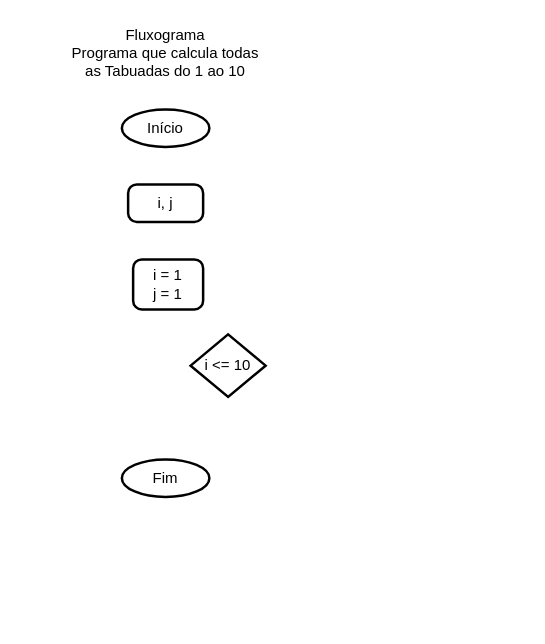
Above: 2em/01-lop/aula05/tabuada.drawio in wellifabio/sesi2024 (draw.io), before the change. Source tidied: cells renumbered, new cells numbered last; positions are measured from the earlier drawing's top-left corner, leaving out a move shared by most shapes. Both pictures are drawn from the tidied source at 125%, with x=0, y=0 at pixel (65, 21).
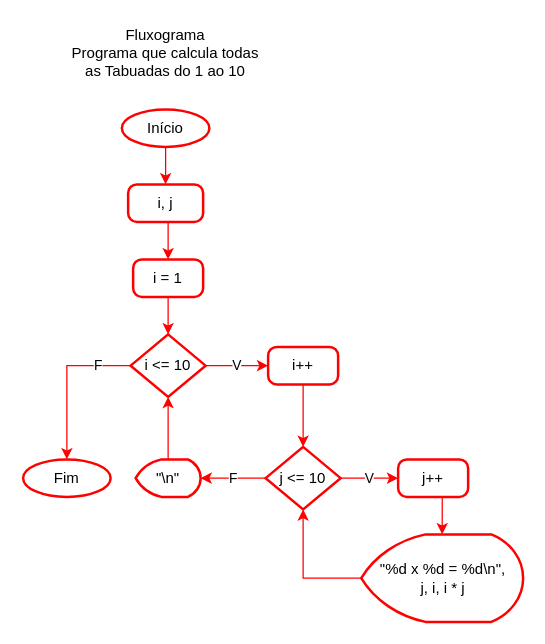
The same page after the edit.

What changed in the source:
```diff
@@
+    <mxCell id="8" style="edgeStyle=orthogonalEdgeStyle;rounded=0;jettySize=auto;html=1;exitX=0.5;exitY=1;exitDx=0;exitDy=0;exitPerimeter=0;strokeColor=#FF0000;" parent="1" edge="1" source="3" target="5">
+      <mxGeometry relative="1" as="geometry" />
+    </mxCell>
-    <mxCell id="3" value="Início" style="strokeWidth=2;html=1;shape=mxgraph.flowchart.start_1;whiteSpace=wrap;" parent="1" vertex="1">
+    <mxCell id="3" value="Início" style="strokeWidth=2;html=1;shape=mxgraph.flowchart.start_1;whiteSpace=wrap;strokeColor=#FF0000;" parent="1" vertex="1">
       <mxGeometry x="45" y="70" width="70" height="30" as="geometry" />
     </mxCell>
-    <mxCell id="4" value="Fim" style="strokeWidth=2;html=1;shape=mxgraph.flowchart.start_1;whiteSpace=wrap;" parent="1" vertex="1">
-      <mxGeometry x="45" y="350" width="70" height="30" as="geometry" />
+    <mxCell id="4" value="Fim" style="strokeWidth=2;html=1;shape=mxgraph.flowchart.start_1;whiteSpace=wrap;strokeColor=#FF0000;" parent="1" vertex="1">
+      <mxGeometry x="-34" y="350" width="70" height="30" as="geometry" />
     </mxCell>
+    <mxCell id="9" style="edgeStyle=orthogonalEdgeStyle;rounded=0;jettySize=auto;html=1;exitX=0.5;exitY=1;exitDx=0;exitDy=0;entryX=0.5;entryY=0;entryDx=0;entryDy=0;strokeColor=#FF0000;" parent="1" edge="1" source="5" target="7">
+      <mxGeometry relative="1" as="geometry" />
+    </mxCell>
-    <mxCell id="5" value="i, j" style="rounded=1;whiteSpace=wrap;html=1;absoluteArcSize=1;arcSize=14;strokeWidth=2;" parent="1" vertex="1">
+    <mxCell id="5" value="i, j" style="rounded=1;whiteSpace=wrap;html=1;absoluteArcSize=1;arcSize=14;strokeWidth=2;strokeColor=#FF0000;" parent="1" vertex="1">
       <mxGeometry x="50" y="130" width="60" height="30" as="geometry" />
     </mxCell>
+    <mxCell id="10" value="V" style="edgeStyle=orthogonalEdgeStyle;rounded=0;jettySize=auto;html=1;exitX=1;exitY=0.5;exitDx=0;exitDy=0;exitPerimeter=0;entryX=0;entryY=0.5;entryDx=0;entryDy=0;strokeColor=#FF0000;" parent="1" edge="1" source="6" target="14">
+      <mxGeometry relative="1" as="geometry" />
+    </mxCell>
+    <mxCell id="11" value="F" style="edgeStyle=orthogonalEdgeStyle;rounded=0;jettySize=auto;html=1;exitX=0;exitY=0.5;exitDx=0;exitDy=0;exitPerimeter=0;entryX=0.5;entryY=0;entryDx=0;entryDy=0;entryPerimeter=0;strokeColor=#FF0000;" parent="1" edge="1" source="6" target="4">
+      <mxGeometry x="-0.59" relative="1" as="geometry" />
+    </mxCell>
-    <mxCell id="6" value="i &amp;lt;= 10" style="strokeWidth=2;html=1;shape=mxgraph.flowchart.decision;whiteSpace=wrap;" parent="1" vertex="1">
-      <mxGeometry x="100" y="250" width="60" height="50" as="geometry" />
+    <mxCell id="6" value="i &amp;lt;= 10" style="strokeWidth=2;html=1;shape=mxgraph.flowchart.decision;whiteSpace=wrap;strokeColor=#FF0000;" parent="1" vertex="1">
+      <mxGeometry x="52" y="250" width="60" height="50" as="geometry" />
     </mxCell>
-    <mxCell id="7" value="i = 1&lt;div&gt;j = 1&lt;/div&gt;" style="rounded=1;whiteSpace=wrap;html=1;absoluteArcSize=1;arcSize=14;strokeWidth=2;" parent="1" vertex="1">
-      <mxGeometry x="54" y="190" width="56" height="40" as="geometry" />
+    <mxCell id="7" value="&lt;div&gt;i = 1&lt;/div&gt;" style="rounded=1;whiteSpace=wrap;html=1;absoluteArcSize=1;arcSize=14;strokeWidth=2;strokeColor=#FF0000;" parent="1" vertex="1">
+      <mxGeometry x="54" y="190" width="56" height="30" as="geometry" />
     </mxCell>
+    <mxCell id="12" value="V" style="edgeStyle=orthogonalEdgeStyle;rounded=0;jettySize=auto;html=1;exitX=1;exitY=0.5;exitDx=0;exitDy=0;exitPerimeter=0;entryX=0;entryY=0.5;entryDx=0;entryDy=0;strokeColor=#FF0000;" parent="1" edge="1" source="13" target="15">
+      <mxGeometry relative="1" as="geometry" />
+    </mxCell>
+    <mxCell id="13" value="j &amp;lt;= 10" style="strokeWidth=2;html=1;shape=mxgraph.flowchart.decision;whiteSpace=wrap;strokeColor=#FF0000;" parent="1" vertex="1">
+      <mxGeometry x="160" y="340" width="60" height="50" as="geometry" />
+    </mxCell>
+    <mxCell id="14" value="&lt;div&gt;i++&lt;/div&gt;" style="rounded=1;whiteSpace=wrap;html=1;absoluteArcSize=1;arcSize=14;strokeWidth=2;strokeColor=#FF0000;" parent="1" vertex="1">
+      <mxGeometry x="162" y="260" width="56" height="30" as="geometry" />
+    </mxCell>
+    <mxCell id="15" value="&lt;div&gt;j++&lt;/div&gt;" style="rounded=1;whiteSpace=wrap;html=1;absoluteArcSize=1;arcSize=14;strokeWidth=2;strokeColor=#FF0000;" parent="1" vertex="1">
+      <mxGeometry x="266" y="350" width="56" height="30" as="geometry" />
+    </mxCell>
+    <mxCell id="16" value="&quot;%d x %d = %d\n&quot;,&lt;div&gt;j, i, i * j&lt;/div&gt;" style="strokeWidth=2;html=1;shape=mxgraph.flowchart.display;whiteSpace=wrap;strokeColor=#FF0000;" parent="1" vertex="1">
+      <mxGeometry x="236.5" y="410" width="129.5" height="70" as="geometry" />
+    </mxCell>
+    <mxCell id="17" value="&quot;\n&quot;" style="strokeWidth=2;html=1;shape=mxgraph.flowchart.display;whiteSpace=wrap;strokeColor=#FF0000;" parent="1" vertex="1">
+      <mxGeometry x="56" y="350" width="52" height="30" as="geometry" />
+    </mxCell>
+    <mxCell id="18" style="edgeStyle=orthogonalEdgeStyle;rounded=0;jettySize=auto;html=1;exitX=0.5;exitY=1;exitDx=0;exitDy=0;entryX=0.5;entryY=0;entryDx=0;entryDy=0;entryPerimeter=0;strokeColor=#FF0000;" parent="1" edge="1" source="7" target="6">
+      <mxGeometry relative="1" as="geometry" />
+    </mxCell>
+    <mxCell id="19" style="edgeStyle=orthogonalEdgeStyle;rounded=0;jettySize=auto;html=1;exitX=0.5;exitY=1;exitDx=0;exitDy=0;entryX=0.5;entryY=0;entryDx=0;entryDy=0;entryPerimeter=0;strokeColor=#FF0000;" parent="1" edge="1" source="14" target="13">
+      <mxGeometry relative="1" as="geometry" />
+    </mxCell>
+    <mxCell id="20" style="edgeStyle=orthogonalEdgeStyle;rounded=0;jettySize=auto;html=1;exitX=0.5;exitY=1;exitDx=0;exitDy=0;entryX=0.5;entryY=0;entryDx=0;entryDy=0;entryPerimeter=0;strokeColor=#FF0000;" parent="1" edge="1" source="15" target="16">
+      <mxGeometry relative="1" as="geometry" />
+    </mxCell>
+    <mxCell id="21" style="edgeStyle=orthogonalEdgeStyle;rounded=0;jettySize=auto;html=1;exitX=0;exitY=0.5;exitDx=0;exitDy=0;exitPerimeter=0;entryX=0.5;entryY=1;entryDx=0;entryDy=0;entryPerimeter=0;strokeColor=#FF0000;" parent="1" edge="1" source="16" target="13">
+      <mxGeometry relative="1" as="geometry" />
+    </mxCell>
+    <mxCell id="22" value="F" style="edgeStyle=orthogonalEdgeStyle;rounded=0;jettySize=auto;html=1;exitX=0;exitY=0.5;exitDx=0;exitDy=0;exitPerimeter=0;entryX=1;entryY=0.5;entryDx=0;entryDy=0;entryPerimeter=0;strokeColor=#FF0000;" parent="1" edge="1" source="13" target="17">
+      <mxGeometry relative="1" as="geometry" />
+    </mxCell>
+    <mxCell id="23" style="edgeStyle=orthogonalEdgeStyle;rounded=0;jettySize=auto;html=1;exitX=0.5;exitY=0;exitDx=0;exitDy=0;exitPerimeter=0;entryX=0.5;entryY=1;entryDx=0;entryDy=0;entryPerimeter=0;strokeColor=#FF0000;" parent="1" edge="1" source="17" target="6">
+      <mxGeometry relative="1" as="geometry" />
+    </mxCell>
```
